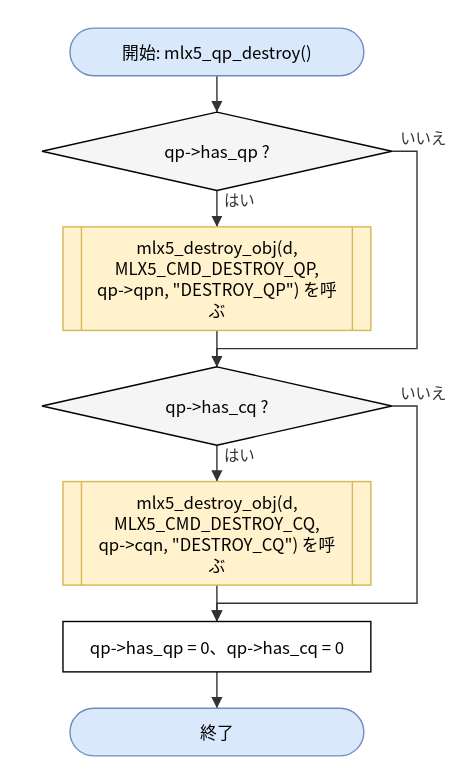
Earlier version of the draw.io export doc/spec/images/flow_src_mlx5_qp-mlx5_qp_destroy.drawio.svg (hf355051012-ai/bfmem). Source tidied: cells renumbered, new cells last; positions are measured from the earlier drawing's top-left corner, leaving out a move shared by most shapes. The source it was exported from:
```xml
<mxGraphModel>
  <root>
    <mxCell id="0" />
    <mxCell id="1" parent="0" />
    <mxCell id="2" value="開始: mlx5_qp_destroy()" style="rounded=1;arcSize=50;whiteSpace=wrap;html=1;fillColor=#dae8fc;strokeColor=#6c8ebf;" parent="1" vertex="1">
      <mxGeometry x="20" width="210" height="34" as="geometry" />
    </mxCell>
    <mxCell id="3" value="qp-&amp;gt;has_qp ?" style="rhombus;whiteSpace=wrap;html=1;fillColor=#f5f5f5;" parent="1" vertex="1">
      <mxGeometry y="60" width="250" height="56" as="geometry" />
    </mxCell>
    <mxCell id="4" value="mlx5_destroy_obj(d,&lt;br&gt;MLX5_CMD_DESTROY_QP,&lt;br&gt;qp-&amp;gt;qpn, &amp;quot;DESTROY_QP&amp;quot;) を呼&lt;br&gt;ぶ" style="shape=process;whiteSpace=wrap;html=1;backgroundOutline=1;size=0.06;fillColor=#fff2cc;strokeColor=#d6b656;" parent="1" vertex="1">
      <mxGeometry x="15" y="142" width="220" height="74" as="geometry" />
    </mxCell>
    <mxCell id="5" value="qp-&amp;gt;has_cq ?" style="rhombus;whiteSpace=wrap;html=1;fillColor=#f5f5f5;" parent="1" vertex="1">
      <mxGeometry y="242" width="250" height="56" as="geometry" />
    </mxCell>
    <mxCell id="6" value="mlx5_destroy_obj(d,&lt;br&gt;MLX5_CMD_DESTROY_CQ,&lt;br&gt;qp-&amp;gt;cqn, &amp;quot;DESTROY_CQ&amp;quot;) を呼&lt;br&gt;ぶ" style="shape=process;whiteSpace=wrap;html=1;backgroundOutline=1;size=0.06;fillColor=#fff2cc;strokeColor=#d6b656;" parent="1" vertex="1">
      <mxGeometry x="15" y="324" width="220" height="74" as="geometry" />
    </mxCell>
    <mxCell id="7" value="qp-&amp;gt;has_qp = 0、qp-&amp;gt;has_cq = 0" style="rounded=0;whiteSpace=wrap;html=1;" parent="1" vertex="1">
      <mxGeometry x="15" y="424" width="220" height="36" as="geometry" />
    </mxCell>
    <mxCell id="8" value="終了" style="rounded=1;arcSize=50;whiteSpace=wrap;html=1;fillColor=#dae8fc;strokeColor=#6c8ebf;" parent="1" vertex="1">
      <mxGeometry x="20" y="486" width="210" height="34" as="geometry" />
    </mxCell>
    <mxCell id="9" style="edgeStyle=none;html=1;rounded=0;endArrow=block;endFill=1;exitX=0.5000;exitY=1.0000;exitDx=0;exitDy=0;exitPerimeter=0;entryX=0.5000;entryY=0.0000;entryDx=0;entryDy=0;entryPerimeter=0;" parent="1" edge="1" source="2" target="3">
      <mxGeometry relative="1" as="geometry" />
    </mxCell>
    <mxCell id="10" value="はい" style="edgeStyle=none;html=1;rounded=0;endArrow=block;endFill=1;exitX=0.5000;exitY=1.0000;exitDx=0;exitDy=0;exitPerimeter=0;entryX=0.5000;entryY=0.0000;entryDx=0;entryDy=0;entryPerimeter=0;" parent="1" edge="1" source="3" target="4">
      <mxGeometry relative="1" as="geometry" />
    </mxCell>
    <mxCell id="11" style="edgeStyle=none;html=1;rounded=0;endArrow=block;endFill=1;exitX=0.5000;exitY=1.0000;exitDx=0;exitDy=0;exitPerimeter=0;entryX=0.5000;entryY=0.0000;entryDx=0;entryDy=0;entryPerimeter=0;" parent="1" edge="1" source="4" target="5">
      <mxGeometry relative="1" as="geometry" />
    </mxCell>
    <mxCell id="12" value="いいえ" style="edgeStyle=none;html=1;rounded=0;endArrow=block;endFill=1;exitX=1.0000;exitY=0.5000;exitDx=0;exitDy=0;exitPerimeter=0;entryX=0.5000;entryY=0.0000;entryDx=0;entryDy=0;entryPerimeter=0;" parent="1" edge="1" source="3" target="5">
      <mxGeometry relative="1" as="geometry">
        <Array as="points">
          <mxPoint x="268" y="88" />
          <mxPoint x="268" y="229" />
          <mxPoint x="125" y="229" />
        </Array>
      </mxGeometry>
    </mxCell>
    <mxCell id="13" value="はい" style="edgeStyle=none;html=1;rounded=0;endArrow=block;endFill=1;exitX=0.5000;exitY=1.0000;exitDx=0;exitDy=0;exitPerimeter=0;entryX=0.5000;entryY=0.0000;entryDx=0;entryDy=0;entryPerimeter=0;" parent="1" edge="1" source="5" target="6">
      <mxGeometry relative="1" as="geometry" />
    </mxCell>
    <mxCell id="14" style="edgeStyle=none;html=1;rounded=0;endArrow=block;endFill=1;exitX=0.5000;exitY=1.0000;exitDx=0;exitDy=0;exitPerimeter=0;entryX=0.5000;entryY=0.0000;entryDx=0;entryDy=0;entryPerimeter=0;" parent="1" edge="1" source="6" target="7">
      <mxGeometry relative="1" as="geometry" />
    </mxCell>
    <mxCell id="15" value="いいえ" style="edgeStyle=none;html=1;rounded=0;endArrow=block;endFill=1;exitX=1.0000;exitY=0.5000;exitDx=0;exitDy=0;exitPerimeter=0;entryX=0.5000;entryY=0.0000;entryDx=0;entryDy=0;entryPerimeter=0;" parent="1" edge="1" source="5" target="7">
      <mxGeometry relative="1" as="geometry">
        <Array as="points">
          <mxPoint x="268" y="270" />
          <mxPoint x="268" y="411" />
          <mxPoint x="125" y="411" />
        </Array>
      </mxGeometry>
    </mxCell>
    <mxCell id="16" style="edgeStyle=none;html=1;rounded=0;endArrow=block;endFill=1;exitX=0.5000;exitY=1.0000;exitDx=0;exitDy=0;exitPerimeter=0;entryX=0.5000;entryY=0.0000;entryDx=0;entryDy=0;entryPerimeter=0;" parent="1" edge="1" source="7" target="8">
      <mxGeometry relative="1" as="geometry" />
    </mxCell>
  </root>
</mxGraphModel>
```
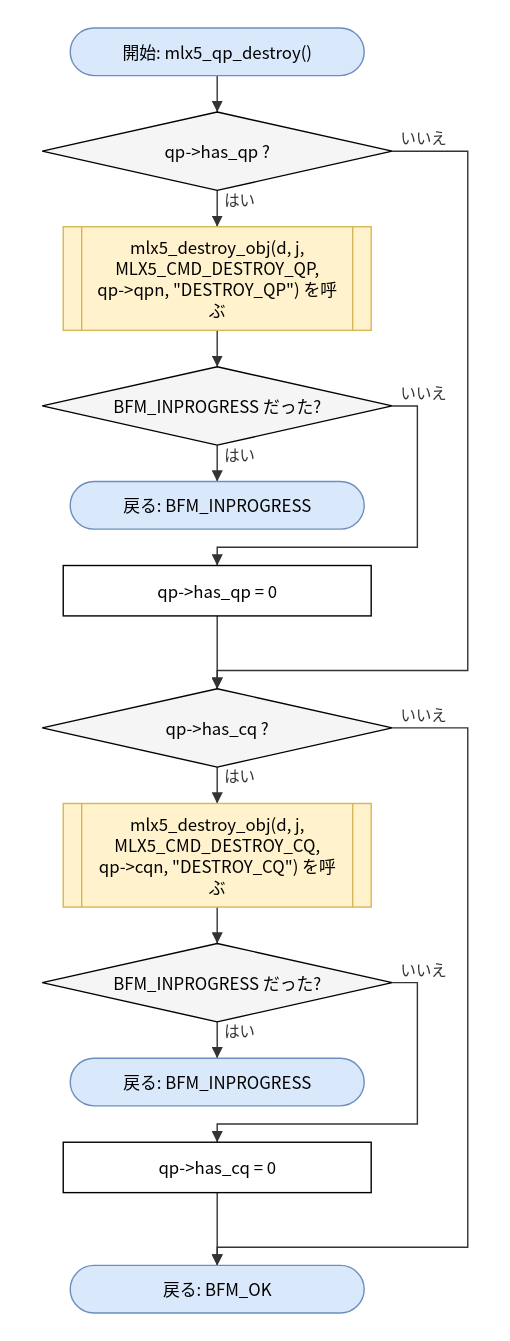
The same file after the commit.

Diff of the diagram source:
```diff
@@ -8,21 +8,36 @@
     <mxCell id="3" value="qp-&amp;gt;has_qp ?" style="rhombus;whiteSpace=wrap;html=1;fillColor=#f5f5f5;" parent="1" vertex="1">
       <mxGeometry y="60" width="250" height="56" as="geometry" />
     </mxCell>
-    <mxCell id="4" value="mlx5_destroy_obj(d,&lt;br&gt;MLX5_CMD_DESTROY_QP,&lt;br&gt;qp-&amp;gt;qpn, &amp;quot;DESTROY_QP&amp;quot;) を呼&lt;br&gt;ぶ" style="shape=process;whiteSpace=wrap;html=1;backgroundOutline=1;size=0.06;fillColor=#fff2cc;strokeColor=#d6b656;" parent="1" vertex="1">
+    <mxCell id="4" value="mlx5_destroy_obj(d, j,&lt;br&gt;MLX5_CMD_DESTROY_QP,&lt;br&gt;qp-&amp;gt;qpn, &amp;quot;DESTROY_QP&amp;quot;) を呼&lt;br&gt;ぶ" style="shape=process;whiteSpace=wrap;html=1;backgroundOutline=1;size=0.06;fillColor=#fff2cc;strokeColor=#d6b656;" parent="1" vertex="1">
       <mxGeometry x="15" y="142" width="220" height="74" as="geometry" />
     </mxCell>
-    <mxCell id="5" value="qp-&amp;gt;has_cq ?" style="rhombus;whiteSpace=wrap;html=1;fillColor=#f5f5f5;" parent="1" vertex="1">
+    <mxCell id="5" value="BFM_INPROGRESS だった?" style="rhombus;whiteSpace=wrap;html=1;fillColor=#f5f5f5;" parent="1" vertex="1">
       <mxGeometry y="242" width="250" height="56" as="geometry" />
     </mxCell>
-    <mxCell id="6" value="mlx5_destroy_obj(d,&lt;br&gt;MLX5_CMD_DESTROY_CQ,&lt;br&gt;qp-&amp;gt;cqn, &amp;quot;DESTROY_CQ&amp;quot;) を呼&lt;br&gt;ぶ" style="shape=process;whiteSpace=wrap;html=1;backgroundOutline=1;size=0.06;fillColor=#fff2cc;strokeColor=#d6b656;" parent="1" vertex="1">
-      <mxGeometry x="15" y="324" width="220" height="74" as="geometry" />
+    <mxCell id="6" value="戻る: BFM_INPROGRESS" style="rounded=1;arcSize=50;whiteSpace=wrap;html=1;fillColor=#dae8fc;strokeColor=#6c8ebf;" parent="1" vertex="1">
+      <mxGeometry x="20" y="324" width="210" height="34" as="geometry" />
     </mxCell>
-    <mxCell id="7" value="qp-&amp;gt;has_qp = 0、qp-&amp;gt;has_cq = 0" style="rounded=0;whiteSpace=wrap;html=1;" parent="1" vertex="1">
-      <mxGeometry x="15" y="424" width="220" height="36" as="geometry" />
+    <mxCell id="7" value="qp-&amp;gt;has_qp = 0" style="rounded=0;whiteSpace=wrap;html=1;" parent="1" vertex="1">
+      <mxGeometry x="15" y="384" width="220" height="36" as="geometry" />
     </mxCell>
-    <mxCell id="8" value="終了" style="rounded=1;arcSize=50;whiteSpace=wrap;html=1;fillColor=#dae8fc;strokeColor=#6c8ebf;" parent="1" vertex="1">
-      <mxGeometry x="20" y="486" width="210" height="34" as="geometry" />
+    <mxCell id="8" value="qp-&amp;gt;has_cq ?" style="rhombus;whiteSpace=wrap;html=1;fillColor=#f5f5f5;" parent="1" vertex="1">
+      <mxGeometry y="472" width="250" height="56" as="geometry" />
     </mxCell>
+    <mxCell id="17" value="mlx5_destroy_obj(d, j,&lt;br&gt;MLX5_CMD_DESTROY_CQ,&lt;br&gt;qp-&amp;gt;cqn, &amp;quot;DESTROY_CQ&amp;quot;) を呼&lt;br&gt;ぶ" style="shape=process;whiteSpace=wrap;html=1;backgroundOutline=1;size=0.06;fillColor=#fff2cc;strokeColor=#d6b656;" parent="1" vertex="1">
+      <mxGeometry x="15" y="554" width="220" height="74" as="geometry" />
+    </mxCell>
+    <mxCell id="18" value="BFM_INPROGRESS だった?" style="rhombus;whiteSpace=wrap;html=1;fillColor=#f5f5f5;" parent="1" vertex="1">
+      <mxGeometry y="654" width="250" height="56" as="geometry" />
+    </mxCell>
+    <mxCell id="19" value="戻る: BFM_INPROGRESS" style="rounded=1;arcSize=50;whiteSpace=wrap;html=1;fillColor=#dae8fc;strokeColor=#6c8ebf;" parent="1" vertex="1">
+      <mxGeometry x="20" y="736" width="210" height="34" as="geometry" />
+    </mxCell>
+    <mxCell id="20" value="qp-&amp;gt;has_cq = 0" style="rounded=0;whiteSpace=wrap;html=1;" parent="1" vertex="1">
+      <mxGeometry x="15" y="796" width="220" height="36" as="geometry" />
+    </mxCell>
+    <mxCell id="21" value="戻る: BFM_OK" style="rounded=1;arcSize=50;whiteSpace=wrap;html=1;fillColor=#dae8fc;strokeColor=#6c8ebf;" parent="1" vertex="1">
+      <mxGeometry x="20" y="884" width="210" height="34" as="geometry" />
+    </mxCell>
     <mxCell id="9" style="edgeStyle=none;html=1;rounded=0;endArrow=block;endFill=1;exitX=0.5000;exitY=1.0000;exitDx=0;exitDy=0;exitPerimeter=0;entryX=0.5000;entryY=0.0000;entryDx=0;entryDy=0;entryPerimeter=0;" parent="1" edge="1" source="2" target="3">
       <mxGeometry relative="1" as="geometry" />
     </mxCell>
@@ -32,32 +47,59 @@
     <mxCell id="11" style="edgeStyle=none;html=1;rounded=0;endArrow=block;endFill=1;exitX=0.5000;exitY=1.0000;exitDx=0;exitDy=0;exitPerimeter=0;entryX=0.5000;entryY=0.0000;entryDx=0;entryDy=0;entryPerimeter=0;" parent="1" edge="1" source="4" target="5">
       <mxGeometry relative="1" as="geometry" />
     </mxCell>
-    <mxCell id="12" value="いいえ" style="edgeStyle=none;html=1;rounded=0;endArrow=block;endFill=1;exitX=1.0000;exitY=0.5000;exitDx=0;exitDy=0;exitPerimeter=0;entryX=0.5000;entryY=0.0000;entryDx=0;entryDy=0;entryPerimeter=0;" parent="1" edge="1" source="3" target="5">
-      <mxGeometry relative="1" as="geometry">
-        <Array as="points">
-          <mxPoint x="268" y="88" />
-          <mxPoint x="268" y="229" />
-          <mxPoint x="125" y="229" />
-        </Array>
-      </mxGeometry>
+    <mxCell id="12" value="はい" style="edgeStyle=none;html=1;rounded=0;endArrow=block;endFill=1;exitX=0.5000;exitY=1.0000;exitDx=0;exitDy=0;exitPerimeter=0;entryX=0.5000;entryY=0.0000;entryDx=0;entryDy=0;entryPerimeter=0;" parent="1" edge="1" source="5" target="6">
+      <mxGeometry relative="1" as="geometry" />
     </mxCell>
-    <mxCell id="13" value="はい" style="edgeStyle=none;html=1;rounded=0;endArrow=block;endFill=1;exitX=0.5000;exitY=1.0000;exitDx=0;exitDy=0;exitPerimeter=0;entryX=0.5000;entryY=0.0000;entryDx=0;entryDy=0;entryPerimeter=0;" parent="1" edge="1" source="5" target="6">
-      <mxGeometry relative="1" as="geometry" />
+    <mxCell id="13" value="いいえ" style="edgeStyle=none;html=1;rounded=0;endArrow=block;endFill=1;exitX=1.0000;exitY=0.5000;exitDx=0;exitDy=0;exitPerimeter=0;entryX=0.5000;entryY=0.0000;entryDx=0;entryDy=0;entryPerimeter=0;" parent="1" edge="1" source="5" target="7">
+      <mxGeometry relative="1" as="geometry">
+        <Array as="points">
+          <mxPoint x="268" y="270" />
+          <mxPoint x="268" y="371" />
+          <mxPoint x="125" y="371" />
+        </Array>
+      </mxGeometry>
     </mxCell>
-    <mxCell id="14" style="edgeStyle=none;html=1;rounded=0;endArrow=block;endFill=1;exitX=0.5000;exitY=1.0000;exitDx=0;exitDy=0;exitPerimeter=0;entryX=0.5000;entryY=0.0000;entryDx=0;entryDy=0;entryPerimeter=0;" parent="1" edge="1" source="6" target="7">
+    <mxCell id="14" style="edgeStyle=none;html=1;rounded=0;endArrow=block;endFill=1;exitX=0.5000;exitY=1.0000;exitDx=0;exitDy=0;exitPerimeter=0;entryX=0.5000;entryY=0.0000;entryDx=0;entryDy=0;entryPerimeter=0;" parent="1" edge="1" source="7" target="8">
       <mxGeometry relative="1" as="geometry" />
     </mxCell>
-    <mxCell id="15" value="いいえ" style="edgeStyle=none;html=1;rounded=0;endArrow=block;endFill=1;exitX=1.0000;exitY=0.5000;exitDx=0;exitDy=0;exitPerimeter=0;entryX=0.5000;entryY=0.0000;entryDx=0;entryDy=0;entryPerimeter=0;" parent="1" edge="1" source="5" target="7">
+    <mxCell id="15" value="いいえ" style="edgeStyle=none;html=1;rounded=0;endArrow=block;endFill=1;exitX=1.0000;exitY=0.5000;exitDx=0;exitDy=0;exitPerimeter=0;entryX=0.5000;entryY=0.0000;entryDx=0;entryDy=0;entryPerimeter=0;" parent="1" edge="1" source="3" target="8">
       <mxGeometry relative="1" as="geometry">
         <Array as="points">
-          <mxPoint x="268" y="270" />
-          <mxPoint x="268" y="411" />
-          <mxPoint x="125" y="411" />
+          <mxPoint x="304" y="88" />
+          <mxPoint x="304" y="459" />
+          <mxPoint x="125" y="459" />
         </Array>
       </mxGeometry>
     </mxCell>
-    <mxCell id="16" style="edgeStyle=none;html=1;rounded=0;endArrow=block;endFill=1;exitX=0.5000;exitY=1.0000;exitDx=0;exitDy=0;exitPerimeter=0;entryX=0.5000;entryY=0.0000;entryDx=0;entryDy=0;entryPerimeter=0;" parent="1" edge="1" source="7" target="8">
+    <mxCell id="16" value="はい" style="edgeStyle=none;html=1;rounded=0;endArrow=block;endFill=1;exitX=0.5000;exitY=1.0000;exitDx=0;exitDy=0;exitPerimeter=0;entryX=0.5000;entryY=0.0000;entryDx=0;entryDy=0;entryPerimeter=0;" parent="1" edge="1" source="8" target="17">
       <mxGeometry relative="1" as="geometry" />
     </mxCell>
+    <mxCell id="22" style="edgeStyle=none;html=1;rounded=0;endArrow=block;endFill=1;exitX=0.5000;exitY=1.0000;exitDx=0;exitDy=0;exitPerimeter=0;entryX=0.5000;entryY=0.0000;entryDx=0;entryDy=0;entryPerimeter=0;" parent="1" edge="1" source="17" target="18">
+      <mxGeometry relative="1" as="geometry" />
+    </mxCell>
+    <mxCell id="23" value="はい" style="edgeStyle=none;html=1;rounded=0;endArrow=block;endFill=1;exitX=0.5000;exitY=1.0000;exitDx=0;exitDy=0;exitPerimeter=0;entryX=0.5000;entryY=0.0000;entryDx=0;entryDy=0;entryPerimeter=0;" parent="1" edge="1" source="18" target="19">
+      <mxGeometry relative="1" as="geometry" />
+    </mxCell>
+    <mxCell id="24" value="いいえ" style="edgeStyle=none;html=1;rounded=0;endArrow=block;endFill=1;exitX=1.0000;exitY=0.5000;exitDx=0;exitDy=0;exitPerimeter=0;entryX=0.5000;entryY=0.0000;entryDx=0;entryDy=0;entryPerimeter=0;" parent="1" edge="1" source="18" target="20">
+      <mxGeometry relative="1" as="geometry">
+        <Array as="points">
+          <mxPoint x="268" y="682" />
+          <mxPoint x="268" y="783" />
+          <mxPoint x="125" y="783" />
+        </Array>
+      </mxGeometry>
+    </mxCell>
+    <mxCell id="25" style="edgeStyle=none;html=1;rounded=0;endArrow=block;endFill=1;exitX=0.5000;exitY=1.0000;exitDx=0;exitDy=0;exitPerimeter=0;entryX=0.5000;entryY=0.0000;entryDx=0;entryDy=0;entryPerimeter=0;" parent="1" edge="1" source="20" target="21">
+      <mxGeometry relative="1" as="geometry" />
+    </mxCell>
+    <mxCell id="26" value="いいえ" style="edgeStyle=none;html=1;rounded=0;endArrow=block;endFill=1;exitX=1.0000;exitY=0.5000;exitDx=0;exitDy=0;exitPerimeter=0;entryX=0.5000;entryY=0.0000;entryDx=0;entryDy=0;entryPerimeter=0;" parent="1" edge="1" source="8" target="21">
+      <mxGeometry relative="1" as="geometry">
+        <Array as="points">
+          <mxPoint x="304" y="500" />
+          <mxPoint x="304" y="871" />
+          <mxPoint x="125" y="871" />
+        </Array>
+      </mxGeometry>
+    </mxCell>
   </root>
 </mxGraphModel>
```
